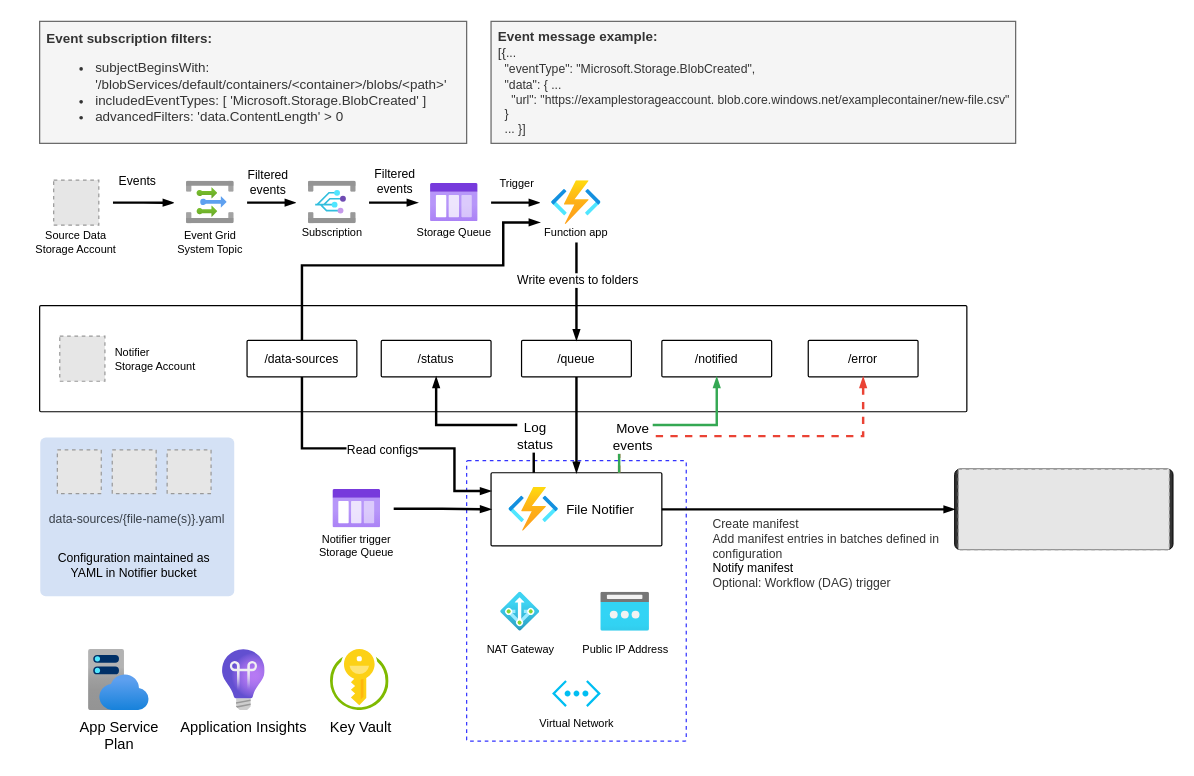
Earlier version of the draw.io diagram cloud_resources/azure/architecture/azure_notifier.drawio (agile-data-engine/ade-file-notifier-reference). Source tidied: cells renumbered, new cells numbered last; positions are measured from the earlier drawing's top-left corner, leaving out a move shared by most shapes. Both pictures are drawn from the tidied source at 122%, with x=0, y=0 at pixel (21, 21). Pictures stored in the file or linked from it are replaced by grey dashed boxes.
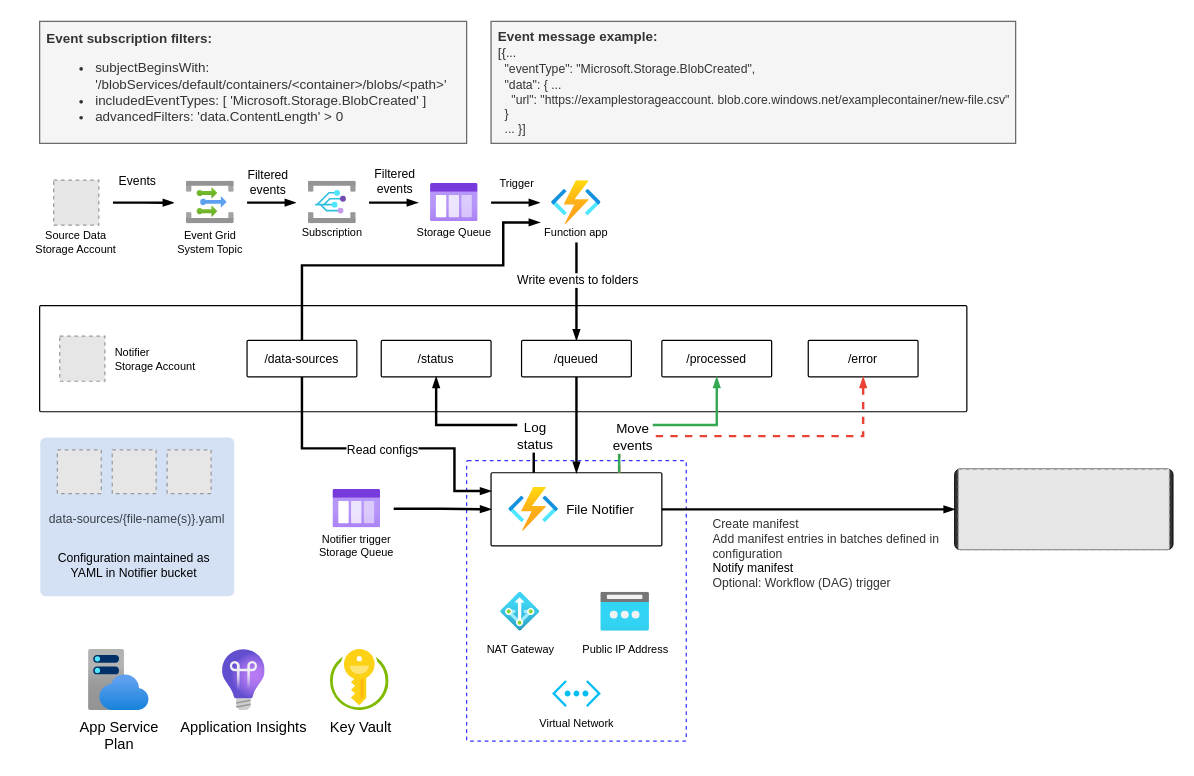
Above is the later version.

What changed in the source:
```diff
@@
-    <mxCell id="5" value="/queue" style="strokeColor=#000000;shadow=0;strokeWidth=1;rounded=1;absoluteArcSize=1;arcSize=2;fontSize=10;fontColor=#000000;labelBackgroundColor=default;" parent="1" vertex="1">
+    <mxCell id="5" value="/queued" style="strokeColor=#000000;shadow=0;strokeWidth=1;rounded=1;absoluteArcSize=1;arcSize=2;fontSize=10;fontColor=#000000;labelBackgroundColor=default;" parent="1" vertex="1">
       <mxGeometry x="410" y="261.5" width="90" height="30" as="geometry" />
     </mxCell>
-    <mxCell id="6" value="/notified" style="strokeColor=#000000;shadow=0;strokeWidth=1;rounded=1;absoluteArcSize=1;arcSize=2;fontSize=10;" parent="1" vertex="1">
+    <mxCell id="6" value="/processed" style="strokeColor=#000000;shadow=0;strokeWidth=1;rounded=1;absoluteArcSize=1;arcSize=2;fontSize=10;" parent="1" vertex="1">
       <mxGeometry x="525" y="261.5" width="90" height="30" as="geometry" />
     </mxCell>
```
